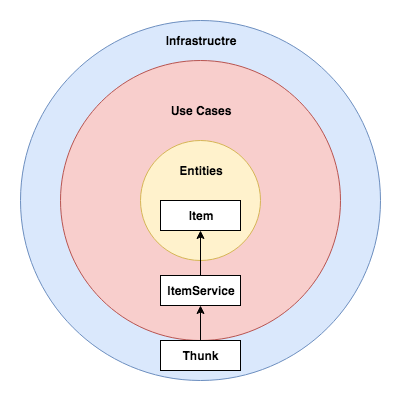
Before: images/clean-react-arch-1.png, a diagram exported from draw.io (janithl/janithl.github.io). Source tidied: cells renumbered, new cells last; positions are measured from the earlier drawing's top-left corner, leaving out a move shared by most shapes.
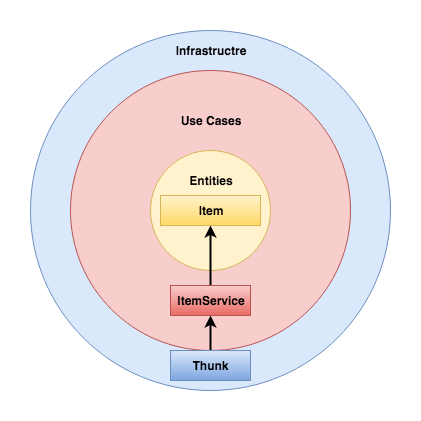
Later version of the same file.

Change to the diagram source:
```diff
@@ -11,10 +11,13 @@
     <mxCell id="4" style="ellipse;whiteSpace=wrap;html=1;fillColor=#fff2cc;strokeColor=#d6b656;" parent="1" vertex="1">
       <mxGeometry x="120" y="120" width="120" height="120" as="geometry" />
     </mxCell>
+    <mxCell id="12" value="Item" style="rounded=0;whiteSpace=wrap;html=1;fontStyle=1;fillColor=#fff2cc;strokeColor=#d6b656;gradientColor=#FFD966;" parent="1" vertex="1">
+      <mxGeometry x="130" y="165" width="100" height="30" as="geometry" />
+    </mxCell>
-    <mxCell id="5" style="edgeStyle=orthogonalEdgeStyle;rounded=0;jettySize=auto;html=1;exitX=0.5;exitY=0;exitDx=0;exitDy=0;entryX=0.5;entryY=1;entryDx=0;entryDy=0;" parent="1" edge="1" source="6" target="12">
+    <mxCell id="5" style="edgeStyle=orthogonalEdgeStyle;rounded=0;jettySize=auto;html=1;exitX=0.5;exitY=0;exitDx=0;exitDy=0;entryX=0.5;entryY=1;entryDx=0;entryDy=0;strokeWidth=2;" parent="1" edge="1" source="6" target="12">
       <mxGeometry relative="1" as="geometry" />
     </mxCell>
-    <mxCell id="6" value="ItemService" style="rounded=0;whiteSpace=wrap;html=1;fontStyle=1;" parent="1" vertex="1">
+    <mxCell id="6" value="ItemService" style="rounded=0;whiteSpace=wrap;html=1;fontStyle=1;fillColor=#f8cecc;strokeColor=#b85450;gradientColor=#EA6B66;" parent="1" vertex="1">
       <mxGeometry x="140" y="255" width="80" height="30" as="geometry" />
     </mxCell>
     <mxCell id="7" value="Entities" style="text;html=1;strokeColor=none;fillColor=none;align=center;verticalAlign=middle;whiteSpace=wrap;rounded=0;fontStyle=1;" parent="1" vertex="1">
@@ -26,14 +29,11 @@
     <mxCell id="9" value="Infrastructre" style="text;html=1;strokeColor=none;fillColor=none;align=center;verticalAlign=middle;whiteSpace=wrap;rounded=0;fontStyle=1;" parent="1" vertex="1">
       <mxGeometry x="145" y="10" width="70" height="20" as="geometry" />
     </mxCell>
-    <mxCell id="10" style="edgeStyle=orthogonalEdgeStyle;rounded=0;jettySize=auto;html=1;exitX=0.5;exitY=0;exitDx=0;exitDy=0;entryX=0.5;entryY=1;entryDx=0;entryDy=0;" parent="1" edge="1" source="11" target="6">
+    <mxCell id="10" style="edgeStyle=orthogonalEdgeStyle;rounded=0;jettySize=auto;html=1;exitX=0.5;exitY=0;exitDx=0;exitDy=0;entryX=0.5;entryY=1;entryDx=0;entryDy=0;strokeWidth=2;" parent="1" edge="1" source="11" target="6">
       <mxGeometry relative="1" as="geometry" />
     </mxCell>
-    <mxCell id="11" value="Thunk" style="rounded=0;whiteSpace=wrap;html=1;fontStyle=1;" parent="1" vertex="1">
+    <mxCell id="11" value="Thunk" style="rounded=0;whiteSpace=wrap;html=1;fontStyle=1;fillColor=#dae8fc;strokeColor=#6c8ebf;gradientColor=#7EA6E0;" parent="1" vertex="1">
       <mxGeometry x="140" y="320" width="80" height="30" as="geometry" />
     </mxCell>
-    <mxCell id="12" value="Item" style="rounded=0;whiteSpace=wrap;html=1;fontStyle=1;" parent="1" vertex="1">
-      <mxGeometry x="140" y="180" width="80" height="30" as="geometry" />
-    </mxCell>
   </root>
 </mxGraphModel>
```
